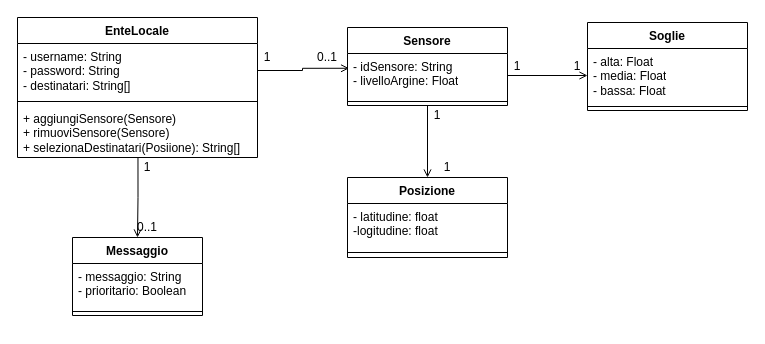
This is DominioEnteLocaleSpec.drawio from MirkoTonelli/Ing, a draw.io file, before an edit. Source tidied: cells renumbered, new cells numbered last; positions are measured from the earlier drawing's top-left corner, leaving out a move shared by most shapes. Both pictures are drawn from the tidied source at 100%, with x=0, y=0 at pixel (17, 17).
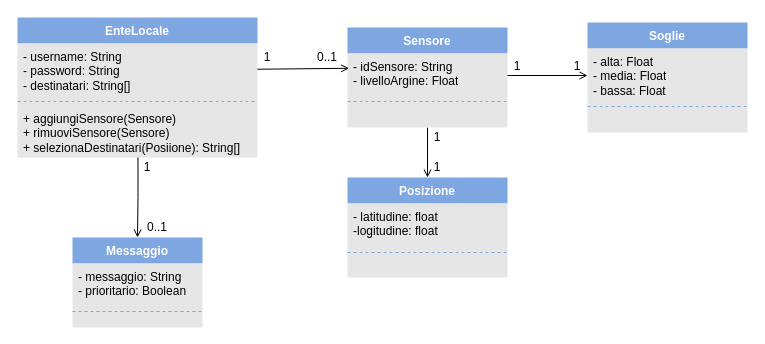
The same page after the edit.

The change refers to these unchanged cells:
```xml
<mxCell id="3" value="- username: String&lt;div&gt;- password: String&lt;/div&gt;&lt;div&gt;- destinatari: String[]&lt;/div&gt;" style="text;strokeColor=none;fillColor=none;align=left;verticalAlign=top;spacingLeft=4;spacingRight=4;overflow=hidden;points=[[0,0.5],[1,0.5]];portConstraint=eastwest;whiteSpace=wrap;html=1;" parent="2" vertex="1">
  <mxGeometry y="26" width="240" height="54" as="geometry" />
</mxCell>
<mxCell id="11" value="- idSensore: String&lt;div&gt;- livelloArgine: Float&lt;/div&gt;" style="text;strokeColor=none;fillColor=none;align=left;verticalAlign=top;spacingLeft=4;spacingRight=4;overflow=hidden;points=[[0,0.5],[1,0.5]];portConstraint=eastwest;whiteSpace=wrap;html=1;" parent="10" vertex="1">
  <mxGeometry y="26" width="160" height="44" as="geometry" />
</mxCell>
```

The edit, as a diff of the source:
```diff
@@
-    <mxCell id="2" value="EnteLocale" style="swimlane;fontStyle=1;align=center;verticalAlign=top;horizontal=1;startSize=26;whiteSpace=wrap;html=1;" parent="1" vertex="1">
+    <mxCell id="2" value="EnteLocale" style="swimlane;fontStyle=1;align=center;verticalAlign=top;horizontal=1;startSize=26;whiteSpace=wrap;html=1;fillColor=#7EA6E0;swimlaneFillColor=#E6E6E6;strokeColor=none;fontColor=#FFFFFF;" parent="1" vertex="1">
       <mxGeometry width="240" height="140" as="geometry" />
     </mxCell>
@@
-    <mxCell id="4" style="line;strokeWidth=1;fillColor=none;align=left;verticalAlign=middle;spacingTop=-1;spacingLeft=3;spacingRight=3;labelPosition=right;strokeColor=inherit;" parent="2" vertex="1">
+    <mxCell id="4" style="line;strokeWidth=1;fillColor=none;align=left;verticalAlign=middle;spacingTop=-1;spacingLeft=3;spacingRight=3;labelPosition=right;strokeColor=#7EA6E0;dashed=1;" parent="2" vertex="1">
       <mxGeometry y="80" width="240" height="8" as="geometry" />
     </mxCell>
@@
-    <mxCell id="6" value="Messaggio" style="swimlane;fontStyle=1;align=center;verticalAlign=top;horizontal=1;startSize=26;whiteSpace=wrap;html=1;" parent="1" vertex="1">
-      <mxGeometry x="55" y="220" width="130" height="78" as="geometry" />
+    <mxCell id="6" value="Messaggio" style="swimlane;fontStyle=1;align=center;verticalAlign=top;horizontal=1;startSize=26;whiteSpace=wrap;html=1;fillColor=#7EA6E0;swimlaneFillColor=#E6E6E6;strokeColor=none;fontColor=#FFFFFF;" parent="1" vertex="1">
+      <mxGeometry x="55" y="220" width="130" height="90" as="geometry" />
     </mxCell>
@@
-    <mxCell id="8" style="line;strokeWidth=1;fillColor=none;align=left;verticalAlign=middle;spacingTop=-1;spacingLeft=3;spacingRight=3;labelPosition=right;strokeColor=inherit;" parent="6" vertex="1">
+    <mxCell id="8" style="line;strokeWidth=1;fillColor=none;align=left;verticalAlign=middle;spacingTop=-1;spacingLeft=3;spacingRight=3;labelPosition=right;strokeColor=#7EA6E0;dashed=1;" parent="6" vertex="1">
       <mxGeometry y="70" width="130" height="8" as="geometry" />
     </mxCell>
+    <mxCell id="30" style="line;strokeWidth=1;fillColor=none;align=left;verticalAlign=middle;spacingTop=-1;spacingLeft=3;spacingRight=3;labelPosition=right;strokeColor=none;dashed=1;" parent="6" vertex="1">
+      <mxGeometry y="78" width="130" height="12" as="geometry" />
+    </mxCell>
@@
-    <mxCell id="10" value="Sensore" style="swimlane;fontStyle=1;align=center;verticalAlign=top;horizontal=1;startSize=26;whiteSpace=wrap;html=1;" parent="1" vertex="1">
-      <mxGeometry x="330" y="10" width="160" height="78" as="geometry" />
+    <mxCell id="10" value="Sensore" style="swimlane;fontStyle=1;align=center;verticalAlign=top;horizontal=1;startSize=26;whiteSpace=wrap;html=1;fillColor=#7EA6E0;swimlaneFillColor=#E6E6E6;strokeColor=none;fontColor=#FFFFFF;" parent="1" vertex="1">
+      <mxGeometry x="330" y="10" width="160" height="100" as="geometry" />
     </mxCell>
@@
-    <mxCell id="12" style="line;strokeWidth=1;fillColor=none;align=left;verticalAlign=middle;spacingTop=-1;spacingLeft=3;spacingRight=3;labelPosition=right;strokeColor=inherit;" parent="10" vertex="1">
+    <mxCell id="12" style="line;strokeWidth=1;fillColor=none;align=left;verticalAlign=middle;spacingTop=-1;spacingLeft=3;spacingRight=3;labelPosition=right;strokeColor=#7EA6E0;dashed=1;" parent="10" vertex="1">
       <mxGeometry y="70" width="160" height="8" as="geometry" />
     </mxCell>
+    <mxCell id="31" style="line;strokeWidth=1;fillColor=none;align=left;verticalAlign=middle;spacingTop=-1;spacingLeft=3;spacingRight=3;labelPosition=right;strokeColor=none;" parent="10" vertex="1">
+      <mxGeometry y="78" width="160" height="22" as="geometry" />
+    </mxCell>
-    <mxCell id="13" value="Soglie" style="swimlane;fontStyle=1;align=center;verticalAlign=top;horizontal=1;startSize=26;whiteSpace=wrap;html=1;" parent="1" vertex="1">
-      <mxGeometry x="570" y="5" width="160" height="88" as="geometry" />
+    <mxCell id="13" value="Soglie" style="swimlane;fontStyle=1;align=center;verticalAlign=top;horizontal=1;startSize=26;whiteSpace=wrap;html=1;fillColor=#7EA6E0;swimlaneFillColor=#E6E6E6;strokeColor=none;fontColor=#FFFFFF;" parent="1" vertex="1">
+      <mxGeometry x="570" y="5" width="160" height="110" as="geometry" />
     </mxCell>
@@
-    <mxCell id="15" style="line;strokeWidth=1;fillColor=none;align=left;verticalAlign=middle;spacingTop=-1;spacingLeft=3;spacingRight=3;labelPosition=right;strokeColor=inherit;" parent="13" vertex="1">
+    <mxCell id="15" style="line;strokeWidth=1;fillColor=none;align=left;verticalAlign=middle;spacingTop=-1;spacingLeft=3;spacingRight=3;labelPosition=right;strokeColor=#7EA6E0;dashed=1;" parent="13" vertex="1">
       <mxGeometry y="80" width="160" height="8" as="geometry" />
     </mxCell>
+    <mxCell id="32" style="line;strokeWidth=1;fillColor=none;align=left;verticalAlign=middle;spacingTop=-1;spacingLeft=3;spacingRight=3;labelPosition=right;strokeColor=none;dashed=1;" parent="13" vertex="1">
+      <mxGeometry y="88" width="160" height="22" as="geometry" />
+    </mxCell>
@@
     <mxCell id="18" value="0..1" style="text;strokeColor=none;align=center;fillColor=none;html=1;verticalAlign=middle;whiteSpace=wrap;rounded=0;" parent="1" vertex="1">
-      <mxGeometry x="120" y="200" width="20" height="20" as="geometry" />
+      <mxGeometry x="130" y="200" width="20" height="20" as="geometry" />
     </mxCell>
@@
-    <mxCell id="24" value="Posizione" style="swimlane;fontStyle=1;align=center;verticalAlign=top;horizontal=1;startSize=26;whiteSpace=wrap;html=1;" parent="1" vertex="1">
-      <mxGeometry x="330" y="160" width="160" height="80" as="geometry" />
+    <mxCell id="24" value="Posizione" style="swimlane;fontStyle=1;align=center;verticalAlign=top;horizontal=1;startSize=26;whiteSpace=wrap;html=1;fillColor=#7EA6E0;swimlaneFillColor=#E6E6E6;strokeColor=none;fontColor=#FFFFFF;" parent="1" vertex="1">
+      <mxGeometry x="330" y="160" width="160" height="100" as="geometry" />
     </mxCell>
@@
-    <mxCell id="26" style="line;strokeWidth=1;fillColor=none;align=left;verticalAlign=middle;spacingTop=-1;spacingLeft=3;spacingRight=3;labelPosition=right;strokeColor=inherit;" parent="24" vertex="1">
+    <mxCell id="26" style="line;strokeWidth=1;fillColor=none;align=left;verticalAlign=middle;spacingTop=-1;spacingLeft=3;spacingRight=3;labelPosition=right;strokeColor=#7EA6E0;dashed=1;" parent="24" vertex="1">
       <mxGeometry y="70" width="160" height="10" as="geometry" />
     </mxCell>
+    <mxCell id="33" style="line;strokeWidth=1;fillColor=none;align=left;verticalAlign=middle;spacingTop=-1;spacingLeft=3;spacingRight=3;labelPosition=right;strokeColor=none;dashed=1;" parent="24" vertex="1">
+      <mxGeometry y="80" width="160" height="20" as="geometry" />
+    </mxCell>
-    <mxCell id="27" style="edgeStyle=orthogonalEdgeStyle;rounded=0;jettySize=auto;html=1;entryX=0.01;entryY=0.336;entryDx=0;entryDy=0;entryPerimeter=0;endArrow=open;endFill=0;" parent="1" edge="1" source="3" target="11">
+    <mxCell id="27" style="rounded=0;jettySize=auto;html=1;entryX=0.01;entryY=0.336;entryDx=0;entryDy=0;entryPerimeter=0;endArrow=open;endFill=0;" parent="1" edge="1" source="3" target="11">
       <mxGeometry relative="1" as="geometry" />
     </mxCell>
     <mxCell id="28" value="1" style="text;strokeColor=none;align=center;fillColor=none;html=1;verticalAlign=middle;whiteSpace=wrap;rounded=0;" parent="1" vertex="1">
-      <mxGeometry x="420" y="140" width="20" height="20" as="geometry" />
+      <mxGeometry x="410" y="140" width="20" height="20" as="geometry" />
     </mxCell>
     <mxCell id="29" value="1" style="text;strokeColor=none;align=center;fillColor=none;html=1;verticalAlign=middle;whiteSpace=wrap;rounded=0;" parent="1" vertex="1">
-      <mxGeometry x="410" y="88" width="20" height="20" as="geometry" />
+      <mxGeometry x="410" y="110" width="20" height="20" as="geometry" />
     </mxCell>
```
